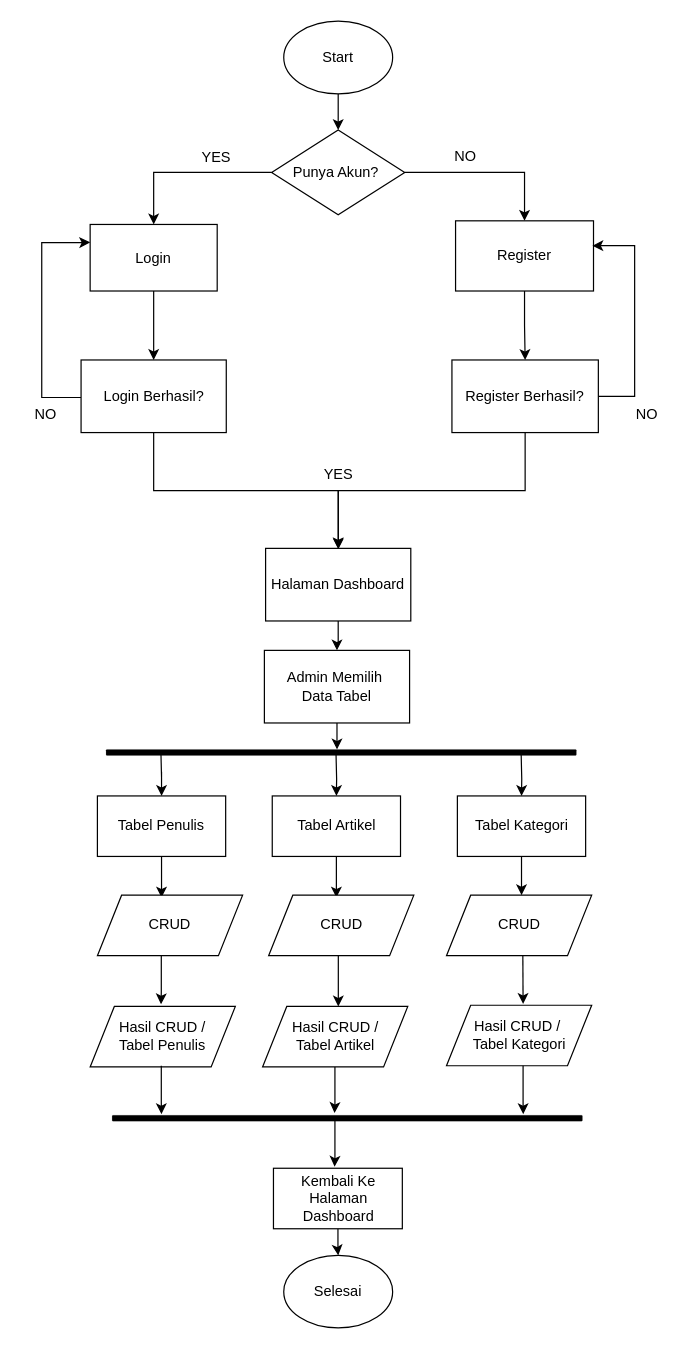
Before: admin.drawio in EnjoyUrLife69/P5-PROJECT, a draw.io diagram. Source tidied: cells renumbered, new cells numbered last; positions are measured from the earlier drawing's top-left corner, leaving out a move shared by most shapes. Both pictures are drawn from the tidied source at 121%, with x=0, y=0 at pixel (19, 21).
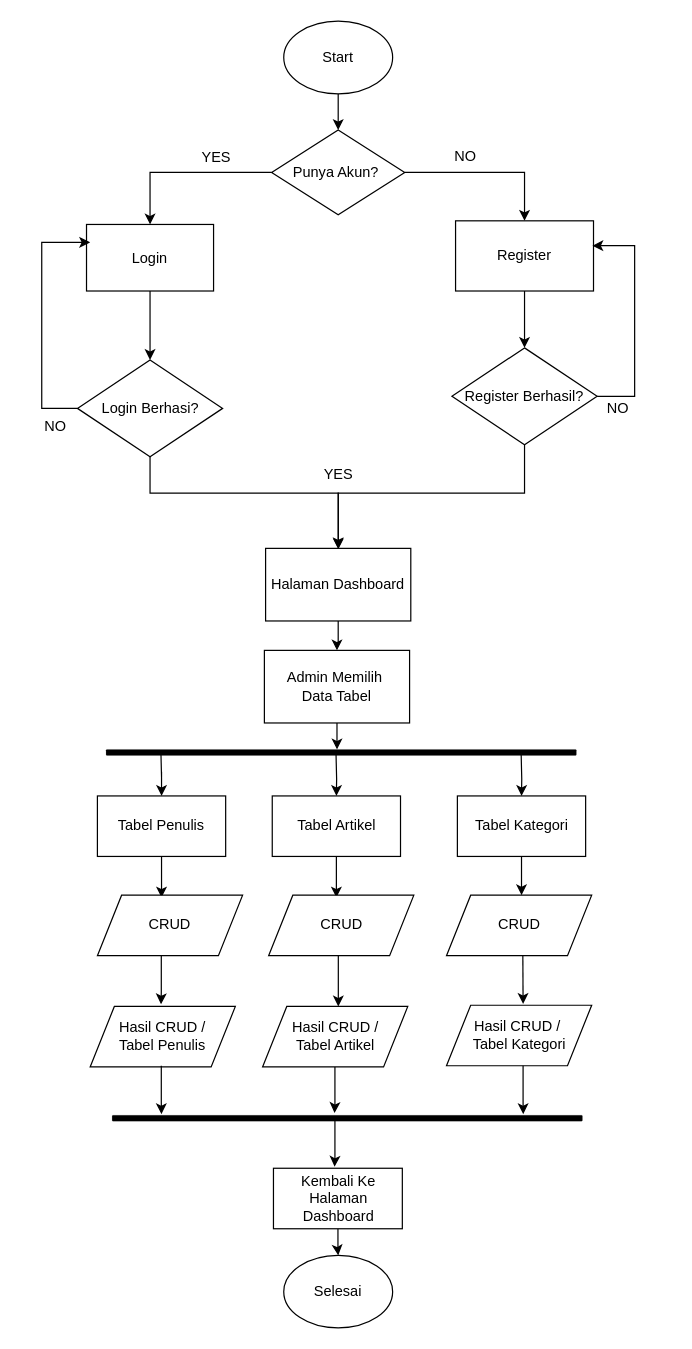
The same diagram, later.

The change refers to these unchanged cells:
```xml
<mxCell id="10" value="Register" style="whiteSpace=wrap;html=1;" parent="1" vertex="1">
  <mxGeometry x="360" y="165" width="114" height="58" as="geometry" />
</mxCell>
<mxCell id="22" value="Halaman Dashboard" style="whiteSpace=wrap;html=1;" parent="1" vertex="1">
  <mxGeometry x="203" y="435.7" width="120" height="60" as="geometry" />
</mxCell>
```

Change to the diagram source:
```diff
@@
-    <mxCell id="7" style="edgeStyle=orthogonalEdgeStyle;rounded=0;jettySize=auto;html=1;" parent="1" edge="1" source="8" target="19">
+    <mxCell id="7" style="edgeStyle=orthogonalEdgeStyle;rounded=0;jettySize=auto;html=1;" parent="1" edge="1" source="8" target="53">
       <mxGeometry relative="1" as="geometry" />
     </mxCell>
     <mxCell id="8" value="Login" style="whiteSpace=wrap;html=1;" parent="1" vertex="1">
-      <mxGeometry x="58" y="168" width="105" height="55" as="geometry" />
+      <mxGeometry x="55" y="168" width="105" height="55" as="geometry" />
     </mxCell>
@@
-    <mxCell id="13" style="edgeStyle=orthogonalEdgeStyle;rounded=0;jettySize=auto;html=1;exitX=0.5;exitY=1;exitDx=0;exitDy=0;" parent="1" edge="1" source="14" target="22">
-      <mxGeometry relative="1" as="geometry" />
+    <mxCell id="13" style="edgeStyle=orthogonalEdgeStyle;rounded=0;jettySize=auto;html=1;exitX=0.48;exitY=0.979;exitDx=0;exitDy=0;exitPerimeter=0;" parent="1" edge="1" source="14" target="22">
+      <mxGeometry relative="1" as="geometry">
+        <Array as="points">
+          <mxPoint x="417" y="348" />
+          <mxPoint x="417" y="390" />
+          <mxPoint x="263" y="390" />
+        </Array>
+      </mxGeometry>
     </mxCell>
-    <mxCell id="14" value="Register Berhasil?" style="whiteSpace=wrap;html=1;" parent="1" vertex="1">
-      <mxGeometry x="357" y="280" width="121" height="60" as="geometry" />
-    </mxCell>
-    <mxCell id="15" style="edgeStyle=orthogonalEdgeStyle;rounded=0;jettySize=auto;html=1;exitX=1;exitY=0.5;exitDx=0;exitDy=0;entryX=0.992;entryY=0.354;entryDx=0;entryDy=0;entryPerimeter=0;" parent="1" edge="1" source="14" target="10">
+    <mxCell id="15" style="edgeStyle=orthogonalEdgeStyle;rounded=0;jettySize=auto;html=1;entryX=0.992;entryY=0.354;entryDx=0;entryDy=0;entryPerimeter=0;" parent="1" edge="1" source="14" target="10">
       <mxGeometry relative="1" as="geometry">
         <Array as="points">
           <mxPoint x="508" y="310" />
-          <mxPoint x="508" y="185" />
+          <mxPoint x="508" y="186" />
         </Array>
       </mxGeometry>
     </mxCell>
     <mxCell id="16" value="NO" style="text;html=1;align=center;verticalAlign=middle;strokeColor=none;fillColor=none;" parent="1" vertex="1">
-      <mxGeometry x="498" y="310" width="40" height="30" as="geometry" />
+      <mxGeometry x="474" y="305" width="40" height="30" as="geometry" />
     </mxCell>
-    <mxCell id="17" style="edgeStyle=orthogonalEdgeStyle;rounded=0;orthogonalLoop=1;jettySize=auto;html=1;exitX=0;exitY=0.5;exitDx=0;exitDy=0;entryX=0;entryY=0.25;entryDx=0;entryDy=0;" parent="1" edge="1">
+    <mxCell id="17" style="edgeStyle=orthogonalEdgeStyle;rounded=0;jettySize=auto;html=1;exitX=0;exitY=0.5;exitDx=0;exitDy=0;entryX=0;entryY=0.25;entryDx=0;entryDy=0;" parent="1" edge="1" source="53">
       <mxGeometry relative="1" as="geometry">
-        <mxPoint x="50.5" y="311" as="sourcePoint" />
         <mxPoint x="58" y="182.8" as="targetPoint" />
         <Array as="points">
-          <mxPoint x="18" y="311" />
+          <mxPoint x="18" y="320" />
           <mxPoint x="18" y="183" />
-          <mxPoint x="48" y="183" />
         </Array>
       </mxGeometry>
     </mxCell>
-    <mxCell id="18" style="edgeStyle=orthogonalEdgeStyle;rounded=0;jettySize=auto;html=1;exitX=0.5;exitY=1;exitDx=0;exitDy=0;entryX=0.501;entryY=0.013;entryDx=0;entryDy=0;entryPerimeter=0;" parent="1" edge="1" source="19" target="22">
-      <mxGeometry relative="1" as="geometry" />
+    <mxCell id="18" style="edgeStyle=orthogonalEdgeStyle;rounded=0;jettySize=auto;html=1;entryX=0.501;entryY=0.013;entryDx=0;entryDy=0;entryPerimeter=0;exitX=0.5;exitY=1;exitDx=0;exitDy=0;" parent="1" edge="1" source="53" target="22">
+      <mxGeometry relative="1" as="geometry">
+        <Array as="points">
+          <mxPoint x="108" y="360" />
+          <mxPoint x="108" y="390" />
+          <mxPoint x="263" y="390" />
+        </Array>
+      </mxGeometry>
     </mxCell>
-    <mxCell id="19" value="Login Berhasil?" style="whiteSpace=wrap;html=1;" parent="1" vertex="1">
-      <mxGeometry x="50.5" y="280" width="120" height="60" as="geometry" />
-    </mxCell>
-    <mxCell id="20" value="NO" style="text;html=1;align=center;verticalAlign=middle;strokeColor=none;fillColor=none;" parent="1" vertex="1">
-      <mxGeometry x="0.5" y="310" width="40" height="30" as="geometry" />
-    </mxCell>
@@
+    <mxCell id="14" value="Register Berhasil?" style="rhombus;whiteSpace=wrap;html=1;" parent="1" vertex="1">
+      <mxGeometry x="357" y="270" width="120" height="80" as="geometry" />
+    </mxCell>
+    <mxCell id="53" value="Login Berhasi?" style="rhombus;whiteSpace=wrap;html=1;" parent="1" vertex="1">
+      <mxGeometry x="47.5" y="280" width="120" height="80" as="geometry" />
+    </mxCell>
+    <mxCell id="20" value="NO" style="text;html=1;align=center;verticalAlign=middle;strokeColor=none;fillColor=none;" parent="1" vertex="1">
+      <mxGeometry x="8.5" y="320" width="40" height="30" as="geometry" />
+    </mxCell>
```
